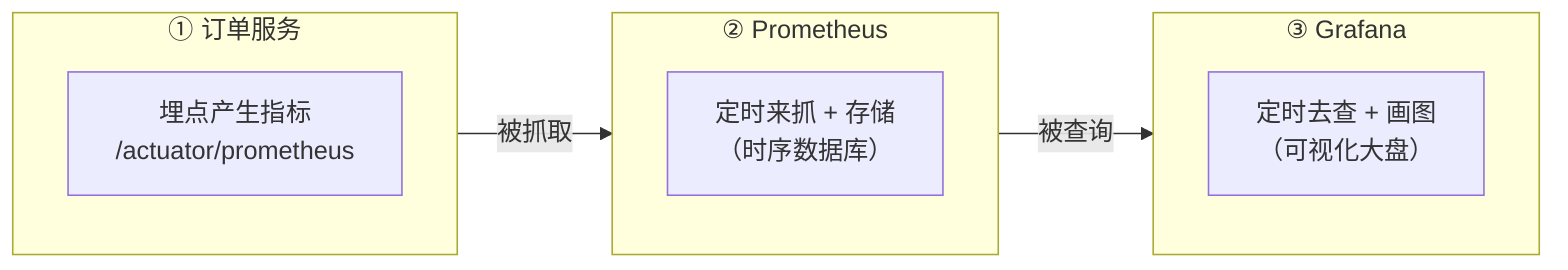
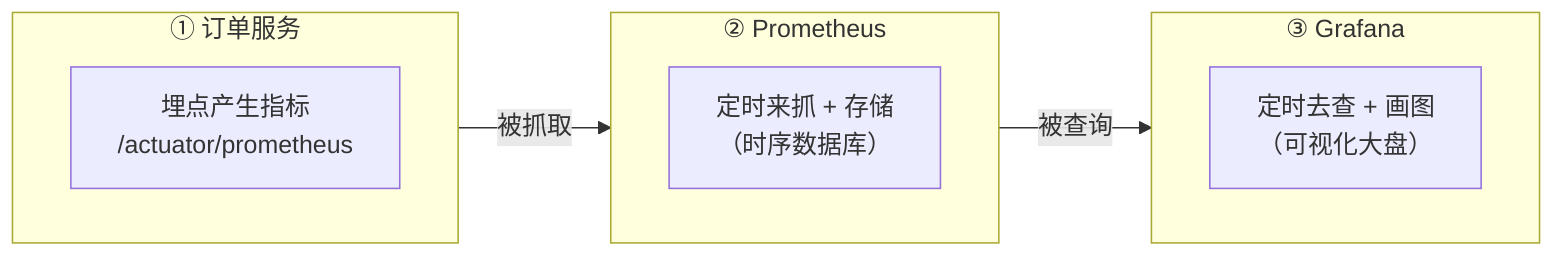
graph LR
    subgraph "① 订单服务"
-         direction TB
+         direction LR
        App["埋点产生指标<br/>/actuator/prometheus"]
    end
    subgraph "② Prometheus"
-         direction TB
+         direction LR
        Prom["定时来抓 + 存储<br/>（时序数据库）"]
    end
    subgraph "③ Grafana"
-         direction TB
+         direction LR
        Graf["定时去查 + 画图<br/>（可视化大盘）"]
    end
    App -->|被抓取| Prom
    Prom -->|被查询| Graf